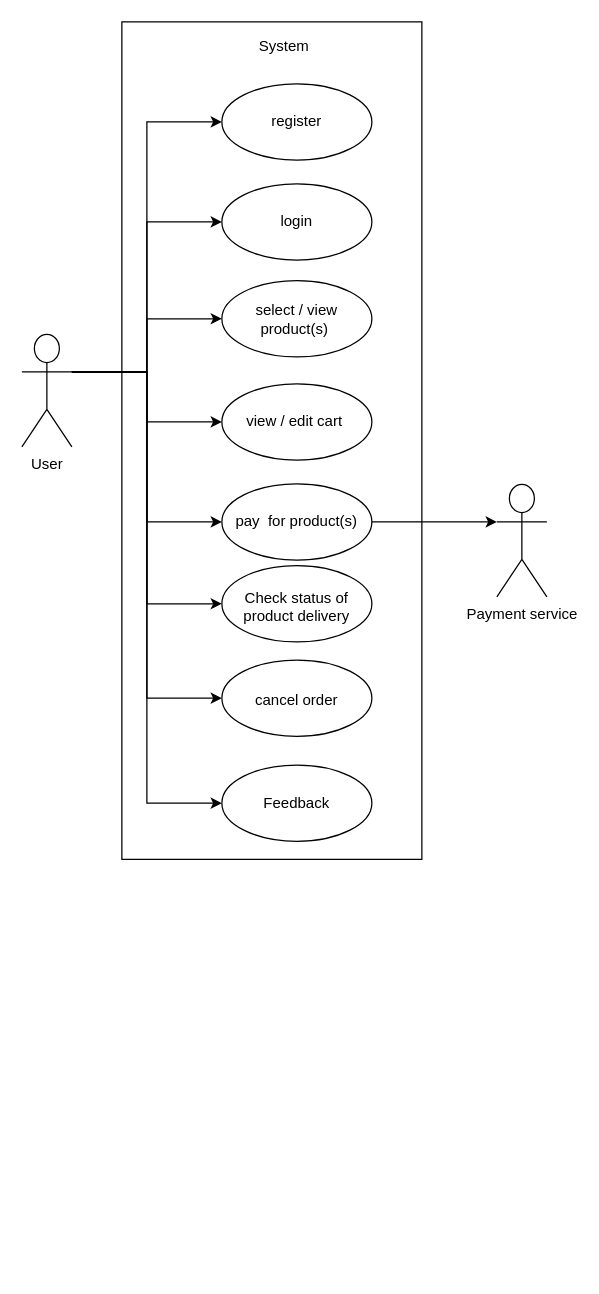
MohitBurkule/uml-diagrams keeps this draw.io diagram as amazon_user.drawio. Above is the earlier version. Source tidied: cells renumbered, new cells numbered last; positions are measured from the earlier drawing's top-left corner, leaving out a move shared by most shapes. Both pictures are drawn from the tidied source at 125%, with x=0, y=0 at pixel (21, 21).
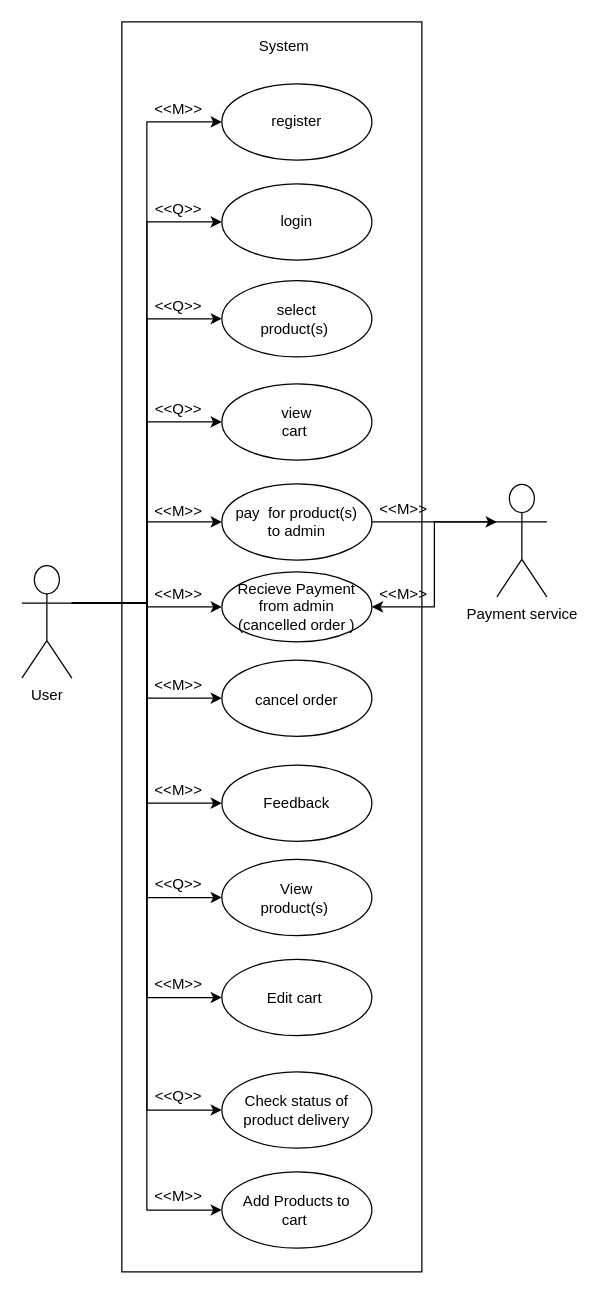
After the change.

The change refers to these unchanged cells:
```xml
<mxCell id="25" value="Payment service" style="shape=umlActor;verticalLabelPosition=bottom;labelBackgroundColor=#ffffff;verticalAlign=top;html=1;" parent="1" vertex="1">
  <mxGeometry x="380" y="370" width="40" height="90" as="geometry" />
</mxCell>
```

What changed in the source:
```diff
@@
     <mxCell id="2" style="rounded=0;whiteSpace=wrap;html=1;" parent="1" vertex="1">
-      <mxGeometry x="80" width="240" height="670" as="geometry" />
+      <mxGeometry x="80" width="240" height="1000" as="geometry" />
     </mxCell>
@@
     <mxCell id="5" style="ellipse;whiteSpace=wrap;html=1;" parent="1" vertex="1">
-      <mxGeometry x="160" y="435" width="120" height="61" as="geometry" />
+      <mxGeometry x="160" y="440" width="120" height="56" as="geometry" />
     </mxCell>
@@
+    <mxCell id="31" style="edgeStyle=orthogonalEdgeStyle;rounded=0;jettySize=auto;html=1;exitX=1;exitY=0.3333333333333333;exitDx=0;exitDy=0;exitPerimeter=0;entryX=0;entryY=0.5;entryDx=0;entryDy=0;" parent="1" edge="1" source="20" target="37">
+      <mxGeometry relative="1" as="geometry" />
+    </mxCell>
+    <mxCell id="32" style="edgeStyle=orthogonalEdgeStyle;rounded=0;jettySize=auto;html=1;exitX=1;exitY=0.3333333333333333;exitDx=0;exitDy=0;exitPerimeter=0;entryX=0;entryY=0.5;entryDx=0;entryDy=0;" parent="1" edge="1" source="20" target="40">
+      <mxGeometry relative="1" as="geometry" />
+    </mxCell>
+    <mxCell id="33" style="edgeStyle=orthogonalEdgeStyle;rounded=0;jettySize=auto;html=1;exitX=1;exitY=0.3333333333333333;exitDx=0;exitDy=0;exitPerimeter=0;entryX=0;entryY=0.5;entryDx=0;entryDy=0;" parent="1" edge="1" source="20" target="43">
+      <mxGeometry relative="1" as="geometry" />
+    </mxCell>
+    <mxCell id="34" style="edgeStyle=orthogonalEdgeStyle;rounded=0;jettySize=auto;html=1;exitX=1;exitY=0.3333333333333333;exitDx=0;exitDy=0;exitPerimeter=0;entryX=0;entryY=0.5;entryDx=0;entryDy=0;" parent="1" edge="1" source="20" target="46">
+      <mxGeometry relative="1" as="geometry" />
+    </mxCell>
     <mxCell id="20" value="User" style="shape=umlActor;verticalLabelPosition=bottom;labelBackgroundColor=#ffffff;verticalAlign=top;html=1;" parent="1" vertex="1">
-      <mxGeometry y="250" width="40" height="90" as="geometry" />
+      <mxGeometry y="435" width="40" height="90" as="geometry" />
     </mxCell>
@@
-    <mxCell id="22" value="view / edit cart&amp;nbsp;" style="text;html=1;strokeColor=none;fillColor=none;align=center;verticalAlign=middle;whiteSpace=wrap;rounded=0;" parent="1" vertex="1">
+    <mxCell id="22" value="view &lt;br&gt;cart&amp;nbsp;" style="text;html=1;strokeColor=none;fillColor=none;align=center;verticalAlign=middle;whiteSpace=wrap;rounded=0;" parent="1" vertex="1">
       <mxGeometry x="170" y="300" width="100" height="40" as="geometry" />
     </mxCell>
-    <mxCell id="23" value="select / view product(s)&amp;nbsp;" style="text;html=1;strokeColor=none;fillColor=none;align=center;verticalAlign=middle;whiteSpace=wrap;rounded=0;" parent="1" vertex="1">
+    <mxCell id="23" value="select &lt;br&gt;product(s)&amp;nbsp;" style="text;html=1;strokeColor=none;fillColor=none;align=center;verticalAlign=middle;whiteSpace=wrap;rounded=0;" parent="1" vertex="1">
       <mxGeometry x="170" y="217.5" width="100" height="40" as="geometry" />
     </mxCell>
-    <mxCell id="24" value="pay&amp;nbsp; for product(s)" style="text;html=1;strokeColor=none;fillColor=none;align=center;verticalAlign=middle;whiteSpace=wrap;rounded=0;" parent="1" vertex="1">
+    <mxCell id="24" value="pay&amp;nbsp; for product(s) to admin" style="text;html=1;strokeColor=none;fillColor=none;align=center;verticalAlign=middle;whiteSpace=wrap;rounded=0;" parent="1" vertex="1">
       <mxGeometry x="170" y="380" width="100" height="40" as="geometry" />
     </mxCell>
+    <mxCell id="35" style="edgeStyle=orthogonalEdgeStyle;rounded=0;jettySize=auto;html=1;exitX=0;exitY=0.3333333333333333;exitDx=0;exitDy=0;exitPerimeter=0;entryX=1;entryY=0.5;entryDx=0;entryDy=0;" parent="1" edge="1" source="25" target="5">
+      <mxGeometry relative="1" as="geometry" />
+    </mxCell>
@@
-    <mxCell id="26" value="Check status of product delivery" style="text;html=1;strokeColor=none;fillColor=none;align=center;verticalAlign=middle;whiteSpace=wrap;rounded=0;" parent="1" vertex="1">
+    <mxCell id="26" value="&lt;div&gt;&lt;span style=&quot;font-size: 12px&quot;&gt;Recieve Payment from admin (cancelled order )&lt;/span&gt;&lt;/div&gt;" style="text;html=1;strokeColor=none;fillColor=none;align=center;verticalAlign=middle;whiteSpace=wrap;rounded=0;" parent="1" vertex="1">
       <mxGeometry x="170" y="447.5" width="100" height="40" as="geometry" />
     </mxCell>
@@
+    <mxCell id="36" style="group;" parent="1" vertex="1">
+      <mxGeometry x="160" y="670" width="120" height="61" as="geometry" />
+    </mxCell>
+    <mxCell id="37" style="ellipse;whiteSpace=wrap;html=1;" parent="36" vertex="1">
+      <mxGeometry width="120" height="61" as="geometry" />
+    </mxCell>
+    <mxCell id="38" value="View&lt;br&gt;product(s)&amp;nbsp;" style="text;html=1;strokeColor=none;fillColor=none;align=center;verticalAlign=middle;whiteSpace=wrap;rounded=0;" parent="36" vertex="1">
+      <mxGeometry x="10" y="10.5" width="100" height="40" as="geometry" />
+    </mxCell>
+    <mxCell id="39" style="group;" parent="1" vertex="1">
+      <mxGeometry x="160" y="750" width="120" height="61" as="geometry" />
+    </mxCell>
+    <mxCell id="40" style="ellipse;whiteSpace=wrap;html=1;" parent="39" vertex="1">
+      <mxGeometry width="120" height="61" as="geometry" />
+    </mxCell>
+    <mxCell id="41" value="Edit cart&amp;nbsp;" style="text;html=1;strokeColor=none;fillColor=none;align=center;verticalAlign=middle;whiteSpace=wrap;rounded=0;" parent="39" vertex="1">
+      <mxGeometry x="10" y="10.5" width="100" height="40" as="geometry" />
+    </mxCell>
+    <mxCell id="42" style="group;" parent="1" vertex="1">
+      <mxGeometry x="160" y="840" width="120" height="61" as="geometry" />
+    </mxCell>
+    <mxCell id="43" style="ellipse;whiteSpace=wrap;html=1;" parent="42" vertex="1">
+      <mxGeometry width="120" height="61" as="geometry" />
+    </mxCell>
+    <mxCell id="44" value="Check status of product delivery" style="text;html=1;strokeColor=none;fillColor=none;align=center;verticalAlign=middle;whiteSpace=wrap;rounded=0;" parent="42" vertex="1">
+      <mxGeometry x="10" y="10.5" width="100" height="40" as="geometry" />
+    </mxCell>
+    <mxCell id="45" style="group;" parent="1" vertex="1">
+      <mxGeometry x="160" y="920" width="120" height="61" as="geometry" />
+    </mxCell>
+    <mxCell id="46" style="ellipse;whiteSpace=wrap;html=1;" parent="45" vertex="1">
+      <mxGeometry width="120" height="61" as="geometry" />
+    </mxCell>
+    <mxCell id="47" value="Add Products to cart&amp;nbsp;" style="text;html=1;strokeColor=none;fillColor=none;align=center;verticalAlign=middle;whiteSpace=wrap;rounded=0;" parent="45" vertex="1">
+      <mxGeometry x="10" y="10.5" width="100" height="40" as="geometry" />
+    </mxCell>
+    <mxCell id="48" value="&amp;lt;&amp;lt;M&amp;gt;&amp;gt;" style="text;html=1;align=center;verticalAlign=middle;fillColor=none;strokeColor=none;rounded=0;" parent="1" vertex="1">
+      <mxGeometry x="100" y="60" width="50" height="20" as="geometry" />
+    </mxCell>
+    <mxCell id="49" value="&amp;lt;&amp;lt;Q&amp;gt;&amp;gt;" style="text;html=1;align=center;verticalAlign=middle;fillColor=none;strokeColor=none;rounded=0;" parent="1" vertex="1">
+      <mxGeometry x="100" y="140" width="50" height="20" as="geometry" />
+    </mxCell>
+    <mxCell id="50" value="&amp;lt;&amp;lt;M&amp;gt;&amp;gt;" style="text;html=1;align=center;verticalAlign=middle;fillColor=none;strokeColor=none;rounded=0;" parent="1" vertex="1">
+      <mxGeometry x="100" y="382.1" width="50" height="20" as="geometry" />
+    </mxCell>
+    <mxCell id="51" value="&amp;lt;&amp;lt;Q&amp;gt;&amp;gt;" style="text;html=1;align=center;verticalAlign=middle;fillColor=none;strokeColor=none;rounded=0;" parent="1" vertex="1">
+      <mxGeometry x="100" y="300" width="50" height="20" as="geometry" />
+    </mxCell>
+    <mxCell id="52" value="&amp;lt;&amp;lt;Q&amp;gt;&amp;gt;" style="text;html=1;align=center;verticalAlign=middle;fillColor=none;strokeColor=none;rounded=0;" parent="1" vertex="1">
+      <mxGeometry x="100" y="217.5" width="50" height="20" as="geometry" />
+    </mxCell>
+    <mxCell id="53" value="&amp;lt;&amp;lt;M&amp;gt;&amp;gt;" style="text;html=1;align=center;verticalAlign=middle;fillColor=none;strokeColor=none;rounded=0;" parent="1" vertex="1">
+      <mxGeometry x="100" y="605" width="50" height="20" as="geometry" />
+    </mxCell>
+    <mxCell id="54" value="&amp;lt;&amp;lt;M&amp;gt;&amp;gt;" style="text;html=1;align=center;verticalAlign=middle;fillColor=none;strokeColor=none;rounded=0;" parent="1" vertex="1">
+      <mxGeometry x="100" y="521" width="50" height="20" as="geometry" />
+    </mxCell>
+    <mxCell id="55" value="&amp;lt;&amp;lt;M&amp;gt;&amp;gt;" style="text;html=1;align=center;verticalAlign=middle;fillColor=none;strokeColor=none;rounded=0;" parent="1" vertex="1">
+      <mxGeometry x="100" y="447.5" width="50" height="20" as="geometry" />
+    </mxCell>
+    <mxCell id="56" value="&amp;lt;&amp;lt;M&amp;gt;&amp;gt;" style="text;html=1;align=center;verticalAlign=middle;fillColor=none;strokeColor=none;rounded=0;" parent="1" vertex="1">
+      <mxGeometry x="100" y="760" width="50" height="20" as="geometry" />
+    </mxCell>
+    <mxCell id="57" value="&amp;lt;&amp;lt;Q&amp;gt;&amp;gt;" style="text;html=1;align=center;verticalAlign=middle;fillColor=none;strokeColor=none;rounded=0;" parent="1" vertex="1">
+      <mxGeometry x="100" y="850" width="50" height="20" as="geometry" />
+    </mxCell>
+    <mxCell id="58" value="&amp;lt;&amp;lt;M&amp;gt;&amp;gt;" style="text;html=1;align=center;verticalAlign=middle;fillColor=none;strokeColor=none;rounded=0;" parent="1" vertex="1">
+      <mxGeometry x="100" y="930" width="50" height="20" as="geometry" />
+    </mxCell>
+    <mxCell id="59" value="&amp;lt;&amp;lt;Q&amp;gt;&amp;gt;" style="text;html=1;align=center;verticalAlign=middle;fillColor=none;strokeColor=none;rounded=0;" parent="1" vertex="1">
+      <mxGeometry x="100" y="680" width="50" height="20" as="geometry" />
+    </mxCell>
+    <mxCell id="60" value="&amp;lt;&amp;lt;M&amp;gt;&amp;gt;" style="text;html=1;align=center;verticalAlign=middle;fillColor=none;strokeColor=none;rounded=0;" parent="1" vertex="1">
+      <mxGeometry x="280" y="380" width="50" height="20" as="geometry" />
+    </mxCell>
+    <mxCell id="61" value="&amp;lt;&amp;lt;M&amp;gt;&amp;gt;" style="text;html=1;align=center;verticalAlign=middle;fillColor=none;strokeColor=none;rounded=0;" parent="1" vertex="1">
+      <mxGeometry x="280" y="447.5" width="50" height="20" as="geometry" />
+    </mxCell>
```
